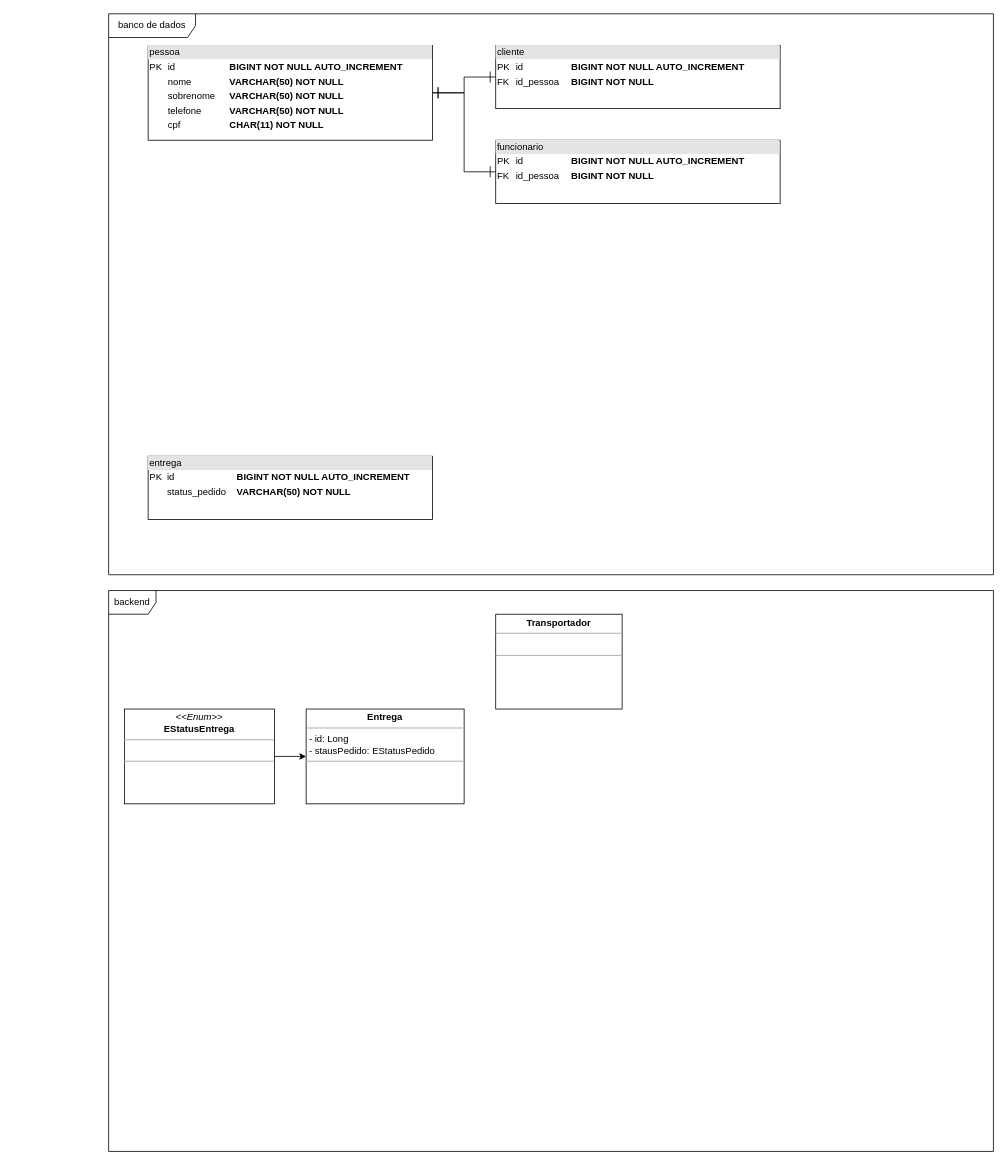
hannaBanannaOF/entra21-git-inicio keeps this draw.io diagram as page "EQ1" (1 of 8) of equipes.drawio. Above is the earlier version. Source tidied: cells renumbered, new cells numbered last; positions are measured from the earlier drawing's top-left corner, leaving out a move shared by most shapes. Both pictures are drawn from the tidied source at 79%, with x=0, y=0 at pixel (108, 13).
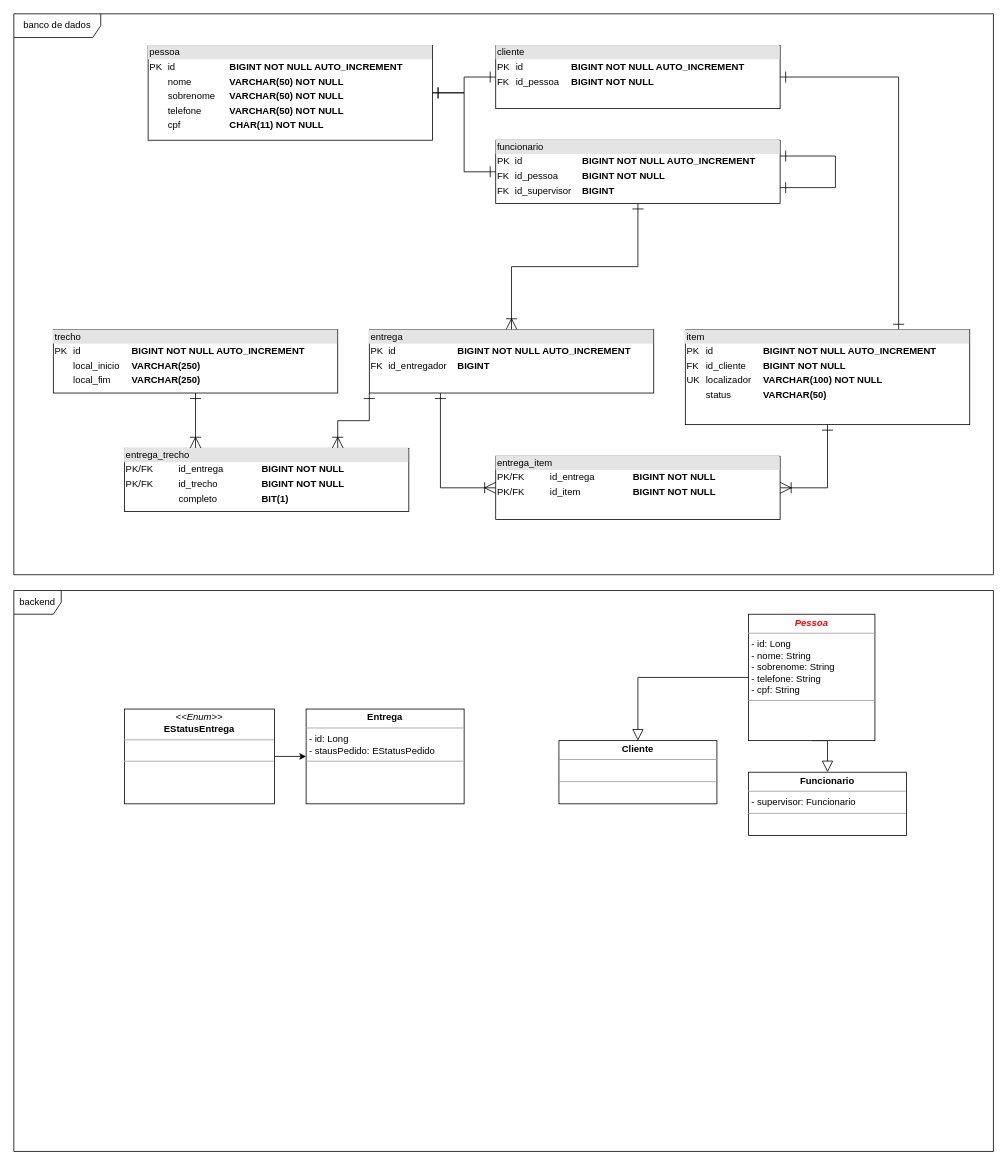
Above is the later version.

Unchanged cells that the change refers to:
```xml
<mxCell id="12" value="&lt;div style=&quot;box-sizing:border-box;width:100%;background:#e4e4e4;padding:2px;&quot;&gt;cliente&lt;/div&gt;&lt;table style=&quot;width:100%;font-size:1em;&quot; cellpadding=&quot;2&quot; cellspacing=&quot;0&quot;&gt;&lt;tbody&gt;&lt;tr&gt;&lt;td&gt;PK&lt;/td&gt;&lt;td&gt;id&lt;/td&gt;&lt;td&gt;&lt;b&gt;BIGINT&lt;/b&gt;&amp;nbsp;&lt;b&gt;NOT NULL AUTO_INCREMENT&lt;/b&gt;&lt;br&gt;&lt;/td&gt;&lt;/tr&gt;&lt;tr&gt;&lt;td&gt;FK&lt;/td&gt;&lt;td&gt;id_pessoa&lt;b&gt;&lt;br&gt;&lt;/b&gt;&lt;/td&gt;&lt;td&gt;&lt;b&gt;BIGINT NOT NULL&lt;/b&gt;&lt;/td&gt;&lt;/tr&gt;&lt;/tbody&gt;&lt;/table&gt;" style="verticalAlign=top;align=left;overflow=fill;html=1;" parent="1" vertex="1">
  <mxGeometry x="490" y="40" width="360" height="80" as="geometry" />
</mxCell>
```

The edit, as a diff of the source:
```diff
@@
     <mxCell id="2" value="backend" style="shape=umlFrame;whiteSpace=wrap;html=1;" parent="1" vertex="1">
-      <mxGeometry y="730" width="1120" height="710" as="geometry" />
+      <mxGeometry x="-120" y="730" width="1240" height="710" as="geometry" />
     </mxCell>
@@
+    <mxCell id="14" style="edgeStyle=orthogonalEdgeStyle;rounded=0;jettySize=auto;html=1;exitX=0.5;exitY=1;exitDx=0;exitDy=0;entryX=0.5;entryY=0;entryDx=0;entryDy=0;fontColor=#FF0000;startArrow=none;startFill=0;endArrow=block;endFill=0;startSize=12;endSize=12;" parent="1" edge="1" source="4" target="28">
+      <mxGeometry relative="1" as="geometry" />
+    </mxCell>
-    <mxCell id="4" value="&lt;p style=&quot;margin:0px;margin-top:4px;text-align:center;&quot;&gt;&lt;b&gt;Transportador&lt;/b&gt;&lt;/p&gt;&lt;hr size=&quot;1&quot;&gt;&lt;p style=&quot;margin:0px;margin-left:4px;&quot;&gt;&lt;br&gt;&lt;/p&gt;&lt;hr size=&quot;1&quot;&gt;&lt;p style=&quot;margin:0px;margin-left:4px;&quot;&gt;&lt;br&gt;&lt;/p&gt;" style="verticalAlign=top;align=left;overflow=fill;fontSize=12;fontFamily=Helvetica;html=1;" parent="1" vertex="1">
-      <mxGeometry x="490" y="760" width="160" height="120" as="geometry" />
+    <mxCell id="4" value="&lt;p style=&quot;margin:0px;margin-top:4px;text-align:center;&quot;&gt;&lt;b&gt;&lt;i&gt;&lt;font color=&quot;#ff0000&quot;&gt;Pessoa&lt;/font&gt;&lt;/i&gt;&lt;/b&gt;&lt;/p&gt;&lt;hr size=&quot;1&quot;&gt;&lt;p style=&quot;margin:0px;margin-left:4px;&quot;&gt;- id: Long&lt;/p&gt;&lt;p style=&quot;margin:0px;margin-left:4px;&quot;&gt;- nome: String&lt;/p&gt;&lt;p style=&quot;margin:0px;margin-left:4px;&quot;&gt;- sobrenome: String&lt;/p&gt;&lt;p style=&quot;margin:0px;margin-left:4px;&quot;&gt;- telefone: String&lt;/p&gt;&lt;p style=&quot;margin:0px;margin-left:4px;&quot;&gt;- cpf: String&lt;/p&gt;&lt;hr size=&quot;1&quot;&gt;&lt;p style=&quot;margin:0px;margin-left:4px;&quot;&gt;&lt;br&gt;&lt;/p&gt;" style="verticalAlign=top;align=left;overflow=fill;fontSize=12;fontFamily=Helvetica;html=1;" parent="1" vertex="1">
+      <mxGeometry x="810" y="760" width="160" height="160" as="geometry" />
     </mxCell>
@@
     <mxCell id="6" value="banco de dados" style="shape=umlFrame;whiteSpace=wrap;html=1;width=110;height=30;" parent="1" vertex="1">
-      <mxGeometry width="1120" height="710" as="geometry" />
+      <mxGeometry x="-120" width="1240" height="710" as="geometry" />
     </mxCell>
@@
+    <mxCell id="15" style="edgeStyle=orthogonalEdgeStyle;rounded=0;jettySize=auto;html=1;exitX=0.5;exitY=0;exitDx=0;exitDy=0;entryX=0.5;entryY=1;entryDx=0;entryDy=0;startArrow=ERoneToMany;startFill=0;endArrow=ERone;endFill=0;endSize=12;startSize=12;" parent="1" edge="1" source="8" target="13">
+      <mxGeometry relative="1" as="geometry" />
+    </mxCell>
+    <mxCell id="16" style="edgeStyle=orthogonalEdgeStyle;rounded=0;jettySize=auto;html=1;exitX=0.25;exitY=1;exitDx=0;exitDy=0;entryX=0;entryY=0.5;entryDx=0;entryDy=0;startArrow=ERone;startFill=0;endArrow=ERoneToMany;endFill=0;startSize=12;endSize=12;" parent="1" edge="1" source="8" target="22">
+      <mxGeometry relative="1" as="geometry">
+        <Array as="points">
+          <mxPoint x="420" y="600" />
+        </Array>
+      </mxGeometry>
+    </mxCell>
+    <mxCell id="17" style="edgeStyle=orthogonalEdgeStyle;rounded=0;jettySize=auto;html=1;exitX=0;exitY=1;exitDx=0;exitDy=0;entryX=0.75;entryY=0;entryDx=0;entryDy=0;fontColor=#FF0000;startArrow=ERone;startFill=0;endArrow=ERoneToMany;endFill=0;startSize=12;endSize=12;" parent="1" edge="1" source="8" target="25">
+      <mxGeometry relative="1" as="geometry" />
+    </mxCell>
-    <mxCell id="8" value="&lt;div style=&quot;box-sizing:border-box;width:100%;background:#e4e4e4;padding:2px;&quot;&gt;entrega&lt;/div&gt;&lt;table style=&quot;width:100%;font-size:1em;&quot; cellpadding=&quot;2&quot; cellspacing=&quot;0&quot;&gt;&lt;tbody&gt;&lt;tr&gt;&lt;td&gt;PK&lt;/td&gt;&lt;td&gt;id&lt;/td&gt;&lt;td&gt;&lt;b&gt;BIGINT&lt;/b&gt;&amp;nbsp;&lt;b&gt;NOT NULL AUTO_INCREMENT&lt;/b&gt;&lt;br&gt;&lt;/td&gt;&lt;/tr&gt;&lt;tr&gt;&lt;td&gt;&lt;br&gt;&lt;/td&gt;&lt;td&gt;status_pedido&lt;b&gt;&lt;br&gt;&lt;/b&gt;&lt;/td&gt;&lt;td&gt;&lt;b&gt;VARCHAR(50) NOT NULL&lt;/b&gt;&lt;br&gt;&lt;/td&gt;&lt;/tr&gt;&lt;/tbody&gt;&lt;/table&gt;" style="verticalAlign=top;align=left;overflow=fill;html=1;" parent="1" vertex="1">
-      <mxGeometry x="50" y="560" width="360" height="80" as="geometry" />
+    <mxCell id="8" value="&lt;div style=&quot;box-sizing:border-box;width:100%;background:#e4e4e4;padding:2px;&quot;&gt;entrega&lt;/div&gt;&lt;table style=&quot;width:100%;font-size:1em;&quot; cellpadding=&quot;2&quot; cellspacing=&quot;0&quot;&gt;&lt;tbody&gt;&lt;tr&gt;&lt;td&gt;PK&lt;/td&gt;&lt;td&gt;id&lt;/td&gt;&lt;td&gt;&lt;b&gt;BIGINT&lt;/b&gt;&amp;nbsp;&lt;b&gt;NOT NULL AUTO_INCREMENT&lt;/b&gt;&lt;br&gt;&lt;/td&gt;&lt;/tr&gt;&lt;tr&gt;&lt;td&gt;FK&lt;/td&gt;&lt;td&gt;id_entregador&lt;/td&gt;&lt;td&gt;&lt;b&gt;BIGINT&lt;/b&gt;&lt;/td&gt;&lt;/tr&gt;&lt;/tbody&gt;&lt;/table&gt;" style="verticalAlign=top;align=left;overflow=fill;html=1;" parent="1" vertex="1">
+      <mxGeometry x="330" y="400" width="360" height="80" as="geometry" />
     </mxCell>
@@
+    <mxCell id="18" style="edgeStyle=orthogonalEdgeStyle;rounded=0;jettySize=auto;html=1;exitX=1;exitY=0.5;exitDx=0;exitDy=0;entryX=0.75;entryY=0;entryDx=0;entryDy=0;startArrow=ERone;startFill=0;endArrow=ERone;endFill=0;startSize=12;endSize=12;" parent="1" edge="1" source="12" target="20">
+      <mxGeometry relative="1" as="geometry" />
+    </mxCell>
@@
-    <mxCell id="13" value="&lt;div style=&quot;box-sizing:border-box;width:100%;background:#e4e4e4;padding:2px;&quot;&gt;funcionario&lt;/div&gt;&lt;table style=&quot;width:100%;font-size:1em;&quot; cellpadding=&quot;2&quot; cellspacing=&quot;0&quot;&gt;&lt;tbody&gt;&lt;tr&gt;&lt;td&gt;PK&lt;/td&gt;&lt;td&gt;id&lt;/td&gt;&lt;td&gt;&lt;b&gt;BIGINT&lt;/b&gt;&amp;nbsp;&lt;b&gt;NOT NULL AUTO_INCREMENT&lt;/b&gt;&lt;br&gt;&lt;/td&gt;&lt;/tr&gt;&lt;tr&gt;&lt;td&gt;FK&lt;/td&gt;&lt;td&gt;id_pessoa&lt;b&gt;&lt;br&gt;&lt;/b&gt;&lt;/td&gt;&lt;td&gt;&lt;b&gt;BIGINT NOT NULL&lt;/b&gt;&lt;/td&gt;&lt;/tr&gt;&lt;/tbody&gt;&lt;/table&gt;" style="verticalAlign=top;align=left;overflow=fill;html=1;" parent="1" vertex="1">
+    <mxCell id="13" value="&lt;div style=&quot;box-sizing:border-box;width:100%;background:#e4e4e4;padding:2px;&quot;&gt;funcionario&lt;/div&gt;&lt;table style=&quot;width:100%;font-size:1em;&quot; cellpadding=&quot;2&quot; cellspacing=&quot;0&quot;&gt;&lt;tbody&gt;&lt;tr&gt;&lt;td&gt;PK&lt;/td&gt;&lt;td&gt;id&lt;/td&gt;&lt;td&gt;&lt;b&gt;BIGINT&lt;/b&gt;&amp;nbsp;&lt;b&gt;NOT NULL AUTO_INCREMENT&lt;/b&gt;&lt;br&gt;&lt;/td&gt;&lt;/tr&gt;&lt;tr&gt;&lt;td&gt;FK&lt;/td&gt;&lt;td&gt;id_pessoa&lt;b&gt;&lt;br&gt;&lt;/b&gt;&lt;/td&gt;&lt;td&gt;&lt;b&gt;BIGINT NOT NULL&lt;/b&gt;&lt;/td&gt;&lt;/tr&gt;&lt;tr&gt;&lt;td&gt;FK&lt;/td&gt;&lt;td&gt;id_supervisor&lt;/td&gt;&lt;td&gt;&lt;b&gt;BIGINT&lt;/b&gt;&lt;/td&gt;&lt;/tr&gt;&lt;/tbody&gt;&lt;/table&gt;" style="verticalAlign=top;align=left;overflow=fill;html=1;" parent="1" vertex="1">
       <mxGeometry x="490" y="160" width="360" height="80" as="geometry" />
     </mxCell>
+    <mxCell id="19" style="edgeStyle=orthogonalEdgeStyle;rounded=0;jettySize=auto;html=1;exitX=0.5;exitY=1;exitDx=0;exitDy=0;entryX=1;entryY=0.5;entryDx=0;entryDy=0;startArrow=ERone;startFill=0;endArrow=ERoneToMany;endFill=0;startSize=12;endSize=12;" parent="1" edge="1" source="20" target="22">
+      <mxGeometry relative="1" as="geometry" />
+    </mxCell>
+    <mxCell id="20" value="&lt;div style=&quot;box-sizing:border-box;width:100%;background:#e4e4e4;padding:2px;&quot;&gt;item&lt;/div&gt;&lt;table style=&quot;width:100%;font-size:1em;&quot; cellpadding=&quot;2&quot; cellspacing=&quot;0&quot;&gt;&lt;tbody&gt;&lt;tr&gt;&lt;td&gt;PK&lt;/td&gt;&lt;td&gt;id&lt;/td&gt;&lt;td&gt;&lt;b&gt;BIGINT&lt;/b&gt;&amp;nbsp;&lt;b&gt;NOT NULL AUTO_INCREMENT&lt;/b&gt;&lt;br&gt;&lt;/td&gt;&lt;/tr&gt;&lt;tr&gt;&lt;td&gt;FK&lt;/td&gt;&lt;td&gt;id_cliente&lt;b&gt;&lt;br&gt;&lt;/b&gt;&lt;/td&gt;&lt;td&gt;&lt;b&gt;BIGINT NOT NULL&lt;/b&gt;&lt;/td&gt;&lt;/tr&gt;&lt;tr&gt;&lt;td&gt;UK&lt;/td&gt;&lt;td&gt;localizador&lt;/td&gt;&lt;td&gt;&lt;b&gt;VARCHAR(100) NOT NULL&lt;/b&gt;&lt;/td&gt;&lt;/tr&gt;&lt;tr&gt;&lt;td&gt;&lt;br&gt;&lt;/td&gt;&lt;td&gt;status&lt;/td&gt;&lt;td&gt;&lt;b&gt;VARCHAR(50)&lt;/b&gt;&lt;/td&gt;&lt;/tr&gt;&lt;/tbody&gt;&lt;/table&gt;" style="verticalAlign=top;align=left;overflow=fill;html=1;" parent="1" vertex="1">
+      <mxGeometry x="730" y="400" width="360" height="120" as="geometry" />
+    </mxCell>
+    <mxCell id="21" style="edgeStyle=orthogonalEdgeStyle;rounded=0;orthogonalLoop=1;jettySize=auto;html=1;exitX=1;exitY=0.25;exitDx=0;exitDy=0;entryX=1;entryY=0.75;entryDx=0;entryDy=0;startArrow=ERone;startFill=0;endArrow=ERone;endFill=0;startSize=12;endSize=12;" parent="1" edge="1" source="13" target="13">
+      <mxGeometry relative="1" as="geometry">
+        <Array as="points">
+          <mxPoint x="920" y="180" />
+          <mxPoint x="920" y="220" />
+        </Array>
+      </mxGeometry>
+    </mxCell>
+    <mxCell id="22" value="&lt;div style=&quot;box-sizing:border-box;width:100%;background:#e4e4e4;padding:2px;&quot;&gt;entrega_item&lt;/div&gt;&lt;table style=&quot;width:100%;font-size:1em;&quot; cellpadding=&quot;2&quot; cellspacing=&quot;0&quot;&gt;&lt;tbody&gt;&lt;tr&gt;&lt;td&gt;PK/FK&lt;/td&gt;&lt;td&gt;id_entrega&lt;/td&gt;&lt;td&gt;&lt;b&gt;BIGINT&lt;/b&gt;&amp;nbsp;&lt;b&gt;NOT NULL&lt;/b&gt;&lt;br&gt;&lt;/td&gt;&lt;/tr&gt;&lt;tr&gt;&lt;td&gt;PK/FK&lt;/td&gt;&lt;td&gt;id_item&lt;b&gt;&lt;br&gt;&lt;/b&gt;&lt;/td&gt;&lt;td&gt;&lt;b&gt;BIGINT NOT NULL&lt;/b&gt;&lt;/td&gt;&lt;/tr&gt;&lt;/tbody&gt;&lt;/table&gt;" style="verticalAlign=top;align=left;overflow=fill;html=1;" parent="1" vertex="1">
+      <mxGeometry x="490" y="560" width="360" height="80" as="geometry" />
+    </mxCell>
+    <mxCell id="23" style="edgeStyle=orthogonalEdgeStyle;rounded=0;jettySize=auto;html=1;exitX=0.5;exitY=1;exitDx=0;exitDy=0;entryX=0.25;entryY=0;entryDx=0;entryDy=0;fontColor=#FF0000;startArrow=ERone;startFill=0;endArrow=ERoneToMany;endFill=0;startSize=12;endSize=12;" parent="1" edge="1" source="24" target="25">
+      <mxGeometry relative="1" as="geometry" />
+    </mxCell>
+    <mxCell id="24" value="&lt;div style=&quot;box-sizing:border-box;width:100%;background:#e4e4e4;padding:2px;&quot;&gt;trecho&lt;/div&gt;&lt;table style=&quot;width:100%;font-size:1em;&quot; cellpadding=&quot;2&quot; cellspacing=&quot;0&quot;&gt;&lt;tbody&gt;&lt;tr&gt;&lt;td&gt;PK&lt;/td&gt;&lt;td&gt;id&lt;/td&gt;&lt;td&gt;&lt;b&gt;BIGINT&lt;/b&gt;&amp;nbsp;&lt;b&gt;NOT NULL AUTO_INCREMENT&lt;/b&gt;&lt;br&gt;&lt;/td&gt;&lt;/tr&gt;&lt;tr&gt;&lt;td&gt;&lt;br&gt;&lt;/td&gt;&lt;td&gt;local_inicio&lt;/td&gt;&lt;td&gt;&lt;b&gt;VARCHAR(250)&lt;/b&gt;&lt;/td&gt;&lt;/tr&gt;&lt;tr&gt;&lt;td&gt;&lt;br&gt;&lt;/td&gt;&lt;td&gt;local_fim&lt;/td&gt;&lt;td&gt;&lt;b&gt;VARCHAR(250)&lt;/b&gt;&lt;/td&gt;&lt;/tr&gt;&lt;/tbody&gt;&lt;/table&gt;" style="verticalAlign=top;align=left;overflow=fill;html=1;" parent="1" vertex="1">
+      <mxGeometry x="-70" y="400" width="360" height="80" as="geometry" />
+    </mxCell>
+    <mxCell id="25" value="&lt;div style=&quot;box-sizing:border-box;width:100%;background:#e4e4e4;padding:2px;&quot;&gt;entrega_trecho&lt;/div&gt;&lt;table style=&quot;width:100%;font-size:1em;&quot; cellpadding=&quot;2&quot; cellspacing=&quot;0&quot;&gt;&lt;tbody&gt;&lt;tr&gt;&lt;td&gt;PK/FK&lt;/td&gt;&lt;td&gt;id_entrega&lt;/td&gt;&lt;td&gt;&lt;b&gt;BIGINT&lt;/b&gt;&amp;nbsp;&lt;b&gt;NOT NULL&lt;/b&gt;&lt;br&gt;&lt;/td&gt;&lt;/tr&gt;&lt;tr&gt;&lt;td&gt;PK/FK&lt;/td&gt;&lt;td&gt;id_trecho&lt;/td&gt;&lt;td&gt;&lt;b&gt;BIGINT NOT NULL&lt;/b&gt;&lt;/td&gt;&lt;/tr&gt;&lt;tr&gt;&lt;td&gt;&lt;br&gt;&lt;/td&gt;&lt;td&gt;completo&lt;/td&gt;&lt;td&gt;&lt;b&gt;BIT(1)&lt;/b&gt;&lt;/td&gt;&lt;/tr&gt;&lt;/tbody&gt;&lt;/table&gt;" style="verticalAlign=top;align=left;overflow=fill;html=1;" parent="1" vertex="1">
+      <mxGeometry x="20" y="550" width="360" height="80" as="geometry" />
+    </mxCell>
+    <mxCell id="26" style="edgeStyle=orthogonalEdgeStyle;rounded=0;jettySize=auto;html=1;exitX=0.5;exitY=0;exitDx=0;exitDy=0;entryX=0;entryY=0.5;entryDx=0;entryDy=0;fontColor=#FF0000;startArrow=block;startFill=0;endArrow=none;endFill=0;startSize=12;endSize=12;" parent="1" edge="1" source="27" target="4">
+      <mxGeometry relative="1" as="geometry" />
+    </mxCell>
+    <mxCell id="27" value="&lt;p style=&quot;margin:0px;margin-top:4px;text-align:center;&quot;&gt;&lt;b&gt;Cliente&lt;/b&gt;&lt;/p&gt;&lt;hr size=&quot;1&quot;&gt;&lt;p style=&quot;margin:0px;margin-left:4px;&quot;&gt;&lt;br&gt;&lt;/p&gt;&lt;hr size=&quot;1&quot;&gt;&lt;p style=&quot;margin:0px;margin-left:4px;&quot;&gt;&lt;br&gt;&lt;/p&gt;" style="verticalAlign=top;align=left;overflow=fill;fontSize=12;fontFamily=Helvetica;html=1;" parent="1" vertex="1">
+      <mxGeometry x="570" y="920" width="200" height="80" as="geometry" />
+    </mxCell>
+    <mxCell id="28" value="&lt;p style=&quot;margin:0px;margin-top:4px;text-align:center;&quot;&gt;&lt;b&gt;Funcionario&lt;/b&gt;&lt;/p&gt;&lt;hr size=&quot;1&quot;&gt;&lt;p style=&quot;margin:0px;margin-left:4px;&quot;&gt;- supervisor: Funcionario&lt;/p&gt;&lt;hr size=&quot;1&quot;&gt;&lt;p style=&quot;margin:0px;margin-left:4px;&quot;&gt;&lt;br&gt;&lt;/p&gt;" style="verticalAlign=top;align=left;overflow=fill;fontSize=12;fontFamily=Helvetica;html=1;" parent="1" vertex="1">
+      <mxGeometry x="810" y="960" width="200" height="80" as="geometry" />
+    </mxCell>
```
